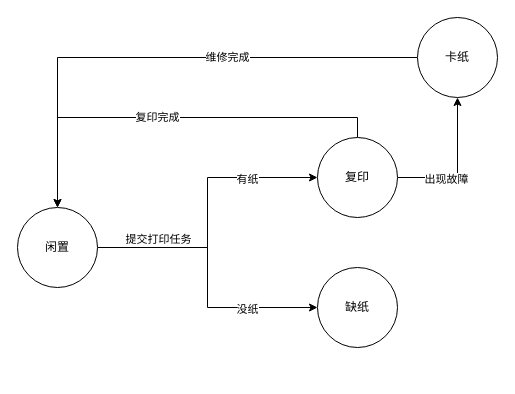
bigbaibaibai/drawIo keeps this draw.io diagram as 打印机状态-软件工程作业.drawio. Above is the earlier version. Source tidied: cells renumbered, new cells numbered last; positions are measured from the earlier drawing's top-left corner, leaving out a move shared by most shapes. Both pictures are drawn from the tidied source at 100%, with x=0, y=0 at pixel (17, 17).
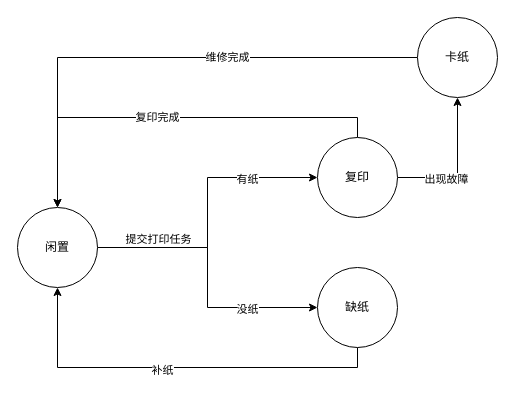
Above is the later version.

Commit message:
更新打印机状态-软件工程作业.drawio

Change to the diagram source:
```diff
@@
 <mxGraphModel>
   <root>
     <mxCell id="0" />
     <mxCell id="1" parent="0" />
     <mxCell id="2" style="edgeStyle=orthogonalEdgeStyle;rounded=0;jettySize=auto;html=1;" parent="1" edge="1" source="7" target="12">
       <mxGeometry relative="1" as="geometry" />
     </mxCell>
     <mxCell id="3" value="提交打印任务" style="edgeLabel;html=1;align=center;verticalAlign=middle;" parent="2" vertex="1">
       <mxGeometry x="-0.14" y="4" relative="1" as="geometry">
         <mxPoint x="-46" y="6" as="offset" />
       </mxGeometry>
     </mxCell>
     <mxCell id="4" value="有纸" style="edgeLabel;html=1;align=center;verticalAlign=middle;" parent="2" vertex="1">
       <mxGeometry x="0.51" y="-1" relative="1" as="geometry" />
     </mxCell>
     <mxCell id="5" style="edgeStyle=orthogonalEdgeStyle;rounded=0;jettySize=auto;html=1;exitX=1;exitY=0.5;exitDx=0;exitDy=0;entryX=0;entryY=0.5;entryDx=0;entryDy=0;" parent="1" edge="1" source="7" target="13">
       <mxGeometry relative="1" as="geometry" />
     </mxCell>
     <mxCell id="6" value="没纸" style="edgeLabel;html=1;align=center;verticalAlign=middle;" parent="5" vertex="1">
       <mxGeometry x="0.49" y="-1" relative="1" as="geometry" />
     </mxCell>
     <mxCell id="7" value="闲置" style="ellipse;whiteSpace=wrap;html=1;" parent="1" vertex="1">
       <mxGeometry y="190" width="80" height="80" as="geometry" />
     </mxCell>
     <mxCell id="8" style="edgeStyle=orthogonalEdgeStyle;rounded=0;jettySize=auto;html=1;" parent="1" edge="1" source="12" target="16">
       <mxGeometry relative="1" as="geometry" />
     </mxCell>
     <mxCell id="9" value="出现故障" style="edgeLabel;html=1;align=center;verticalAlign=middle;" parent="8" vertex="1">
       <mxGeometry x="-0.32" y="-1" relative="1" as="geometry" />
     </mxCell>
     <mxCell id="10" style="edgeStyle=orthogonalEdgeStyle;rounded=0;jettySize=auto;html=1;exitX=0.5;exitY=0;exitDx=0;exitDy=0;entryX=0.5;entryY=0;entryDx=0;entryDy=0;" parent="1" edge="1" source="12" target="7">
       <mxGeometry relative="1" as="geometry" />
     </mxCell>
     <mxCell id="11" value="复印完成" style="edgeLabel;html=1;align=center;verticalAlign=middle;" parent="10" vertex="1">
       <mxGeometry x="0.08" y="-1" relative="1" as="geometry" />
     </mxCell>
     <mxCell id="12" value="复印" style="ellipse;whiteSpace=wrap;html=1;" parent="1" vertex="1">
       <mxGeometry x="300" y="120" width="80" height="80" as="geometry" />
     </mxCell>
+    <mxCell id="17" style="edgeStyle=orthogonalEdgeStyle;rounded=0;jettySize=auto;html=1;exitX=0.5;exitY=1;exitDx=0;exitDy=0;entryX=0.5;entryY=1;entryDx=0;entryDy=0;" parent="1" edge="1" source="13" target="7">
+      <mxGeometry relative="1" as="geometry" />
+    </mxCell>
+    <mxCell id="18" value="补纸" style="edgeLabel;html=1;align=center;verticalAlign=middle;" parent="17" vertex="1">
+      <mxGeometry x="0.08" y="2" relative="1" as="geometry" />
+    </mxCell>
     <mxCell id="13" value="缺纸" style="ellipse;whiteSpace=wrap;html=1;" parent="1" vertex="1">
       <mxGeometry x="300" y="250" width="80" height="80" as="geometry" />
     </mxCell>
     <mxCell id="14" style="edgeStyle=orthogonalEdgeStyle;rounded=0;jettySize=auto;html=1;exitX=0;exitY=0.5;exitDx=0;exitDy=0;entryX=0.5;entryY=0;entryDx=0;entryDy=0;" parent="1" edge="1" source="16" target="7">
       <mxGeometry relative="1" as="geometry" />
     </mxCell>
     <mxCell id="15" value="维修完成" style="edgeLabel;html=1;align=center;verticalAlign=middle;" parent="14" vertex="1">
       <mxGeometry x="-0.25" y="-1" relative="1" as="geometry" />
     </mxCell>
     <mxCell id="16" value="卡纸" style="ellipse;whiteSpace=wrap;html=1;" parent="1" vertex="1">
       <mxGeometry x="400" width="80" height="80" as="geometry" />
     </mxCell>
   </root>
 </mxGraphModel>
```
